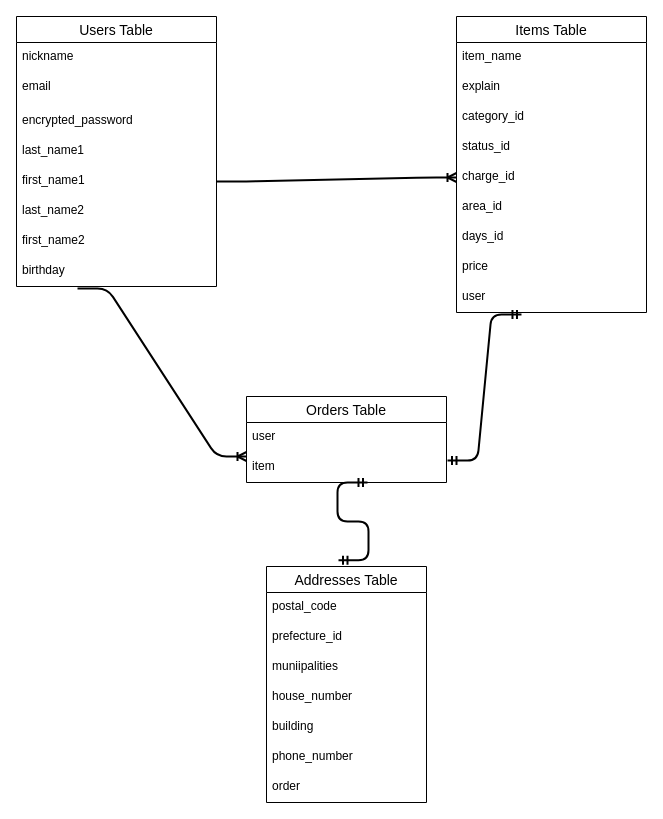
The draw.io diagram furima.dio in rindalinda/furima-36851, before the edit. Source tidied: cells renumbered, new cells numbered last; positions are measured from the earlier drawing's top-left corner, leaving out a move shared by most shapes. Both pictures are drawn from the tidied source at 100%, with x=0, y=0 at pixel (16, 16).
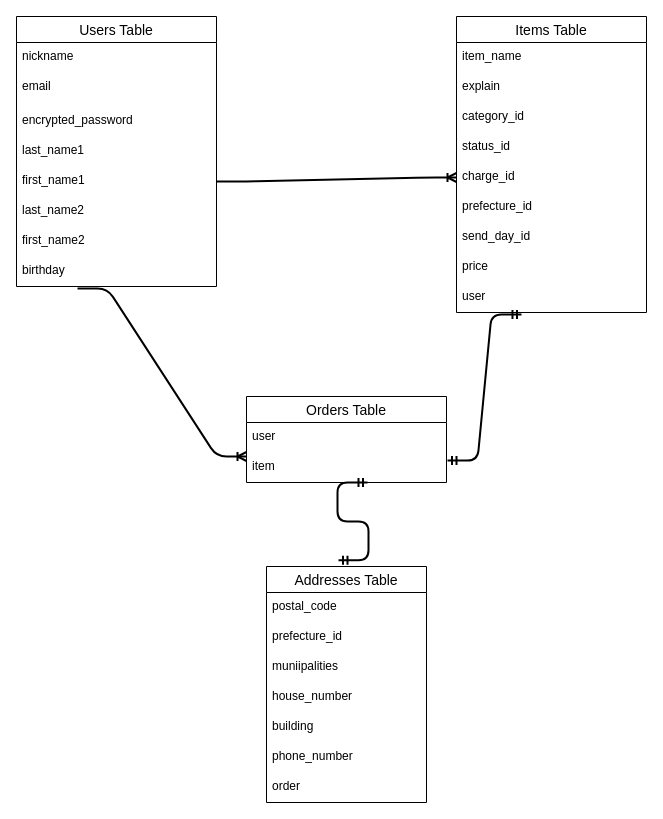
After the change.

Unchanged cells that the change refers to:
```xml
<mxCell id="11" value="Items Table" style="swimlane;fontStyle=0;horizontal=1;startSize=26;align=center;fontSize=14;" parent="1" vertex="1">
  <mxGeometry x="440" width="190" height="296" as="geometry" />
</mxCell>
```

The edit, as a diff of the source:
```diff
@@
-    <mxCell id="17" value="area_id" style="text;strokeColor=none;fillColor=none;spacingLeft=4;spacingRight=4;overflow=hidden;fontSize=12;" parent="11" vertex="1">
+    <mxCell id="17" value="prefecture_id" style="text;strokeColor=none;fillColor=none;spacingLeft=4;spacingRight=4;overflow=hidden;fontSize=12;" parent="11" vertex="1">
       <mxGeometry y="176" width="190" height="30" as="geometry" />
     </mxCell>
-    <mxCell id="18" value="days_id" style="text;strokeColor=none;fillColor=none;spacingLeft=4;spacingRight=4;overflow=hidden;fontSize=12;" parent="11" vertex="1">
+    <mxCell id="18" value="send_day_id" style="text;strokeColor=none;fillColor=none;spacingLeft=4;spacingRight=4;overflow=hidden;fontSize=12;" parent="11" vertex="1">
       <mxGeometry y="206" width="190" height="30" as="geometry" />
     </mxCell>
```
